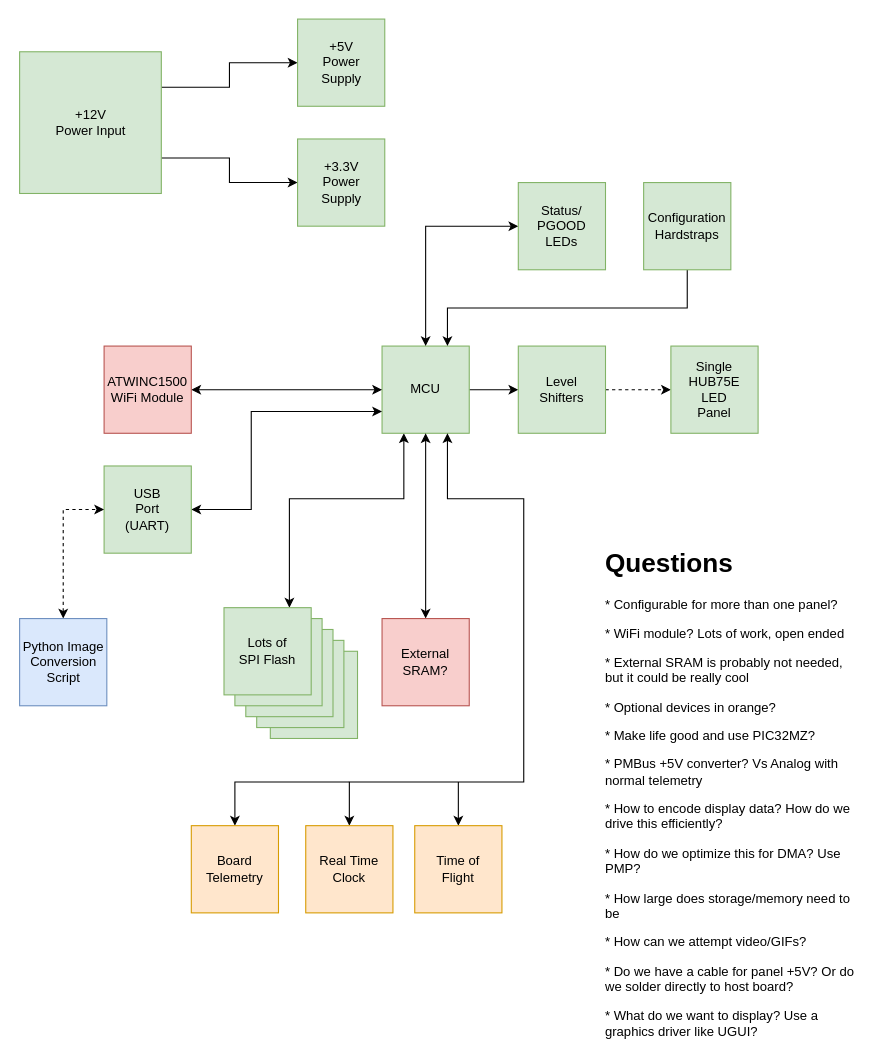
The draw.io diagram doc/block_diagram.drawio in drewsum/LED_Panel_Controller, before the edit. Source tidied: cells renumbered, new cells numbered last; positions are measured from the earlier drawing's top-left corner, leaving out a move shared by most shapes. Both pictures are drawn from the tidied source at 109%, with x=0, y=0 at pixel (20, 19).
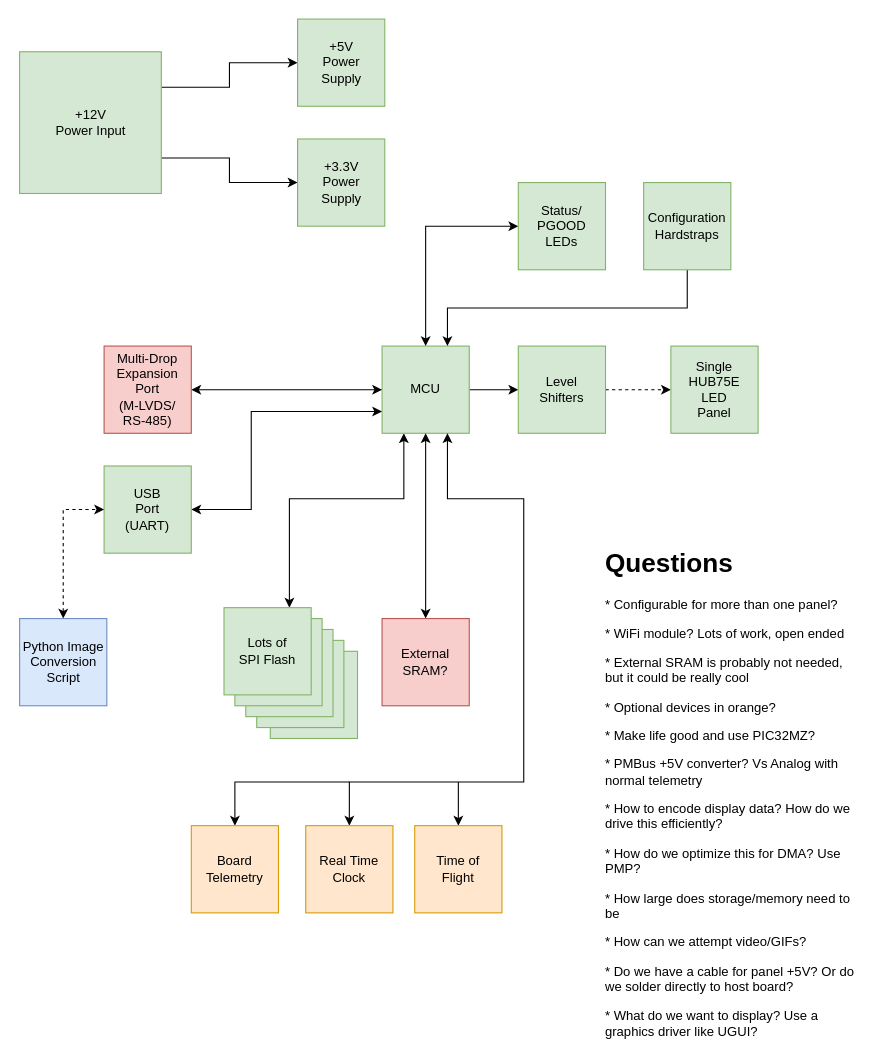
The same diagram, later.

Commit message (it also covers changes not shown here):
updated block diagram

What changed in the source:
```diff
@@
-    <mxCell id="11" value="ATWINC1500&lt;br&gt;WiFi Module" style="whiteSpace=wrap;html=1;fillColor=#f8cecc;strokeColor=#b85450;" parent="1" vertex="1">
+    <mxCell id="11" value="Multi-Drop&lt;br&gt;Expansion&lt;br&gt;Port&lt;br&gt;(M-LVDS/&lt;br&gt;RS-485)" style="whiteSpace=wrap;html=1;fillColor=#f8cecc;strokeColor=#b85450;" parent="1" vertex="1">
       <mxGeometry x="77" y="300" width="80" height="80" as="geometry" />
     </mxCell>
```
